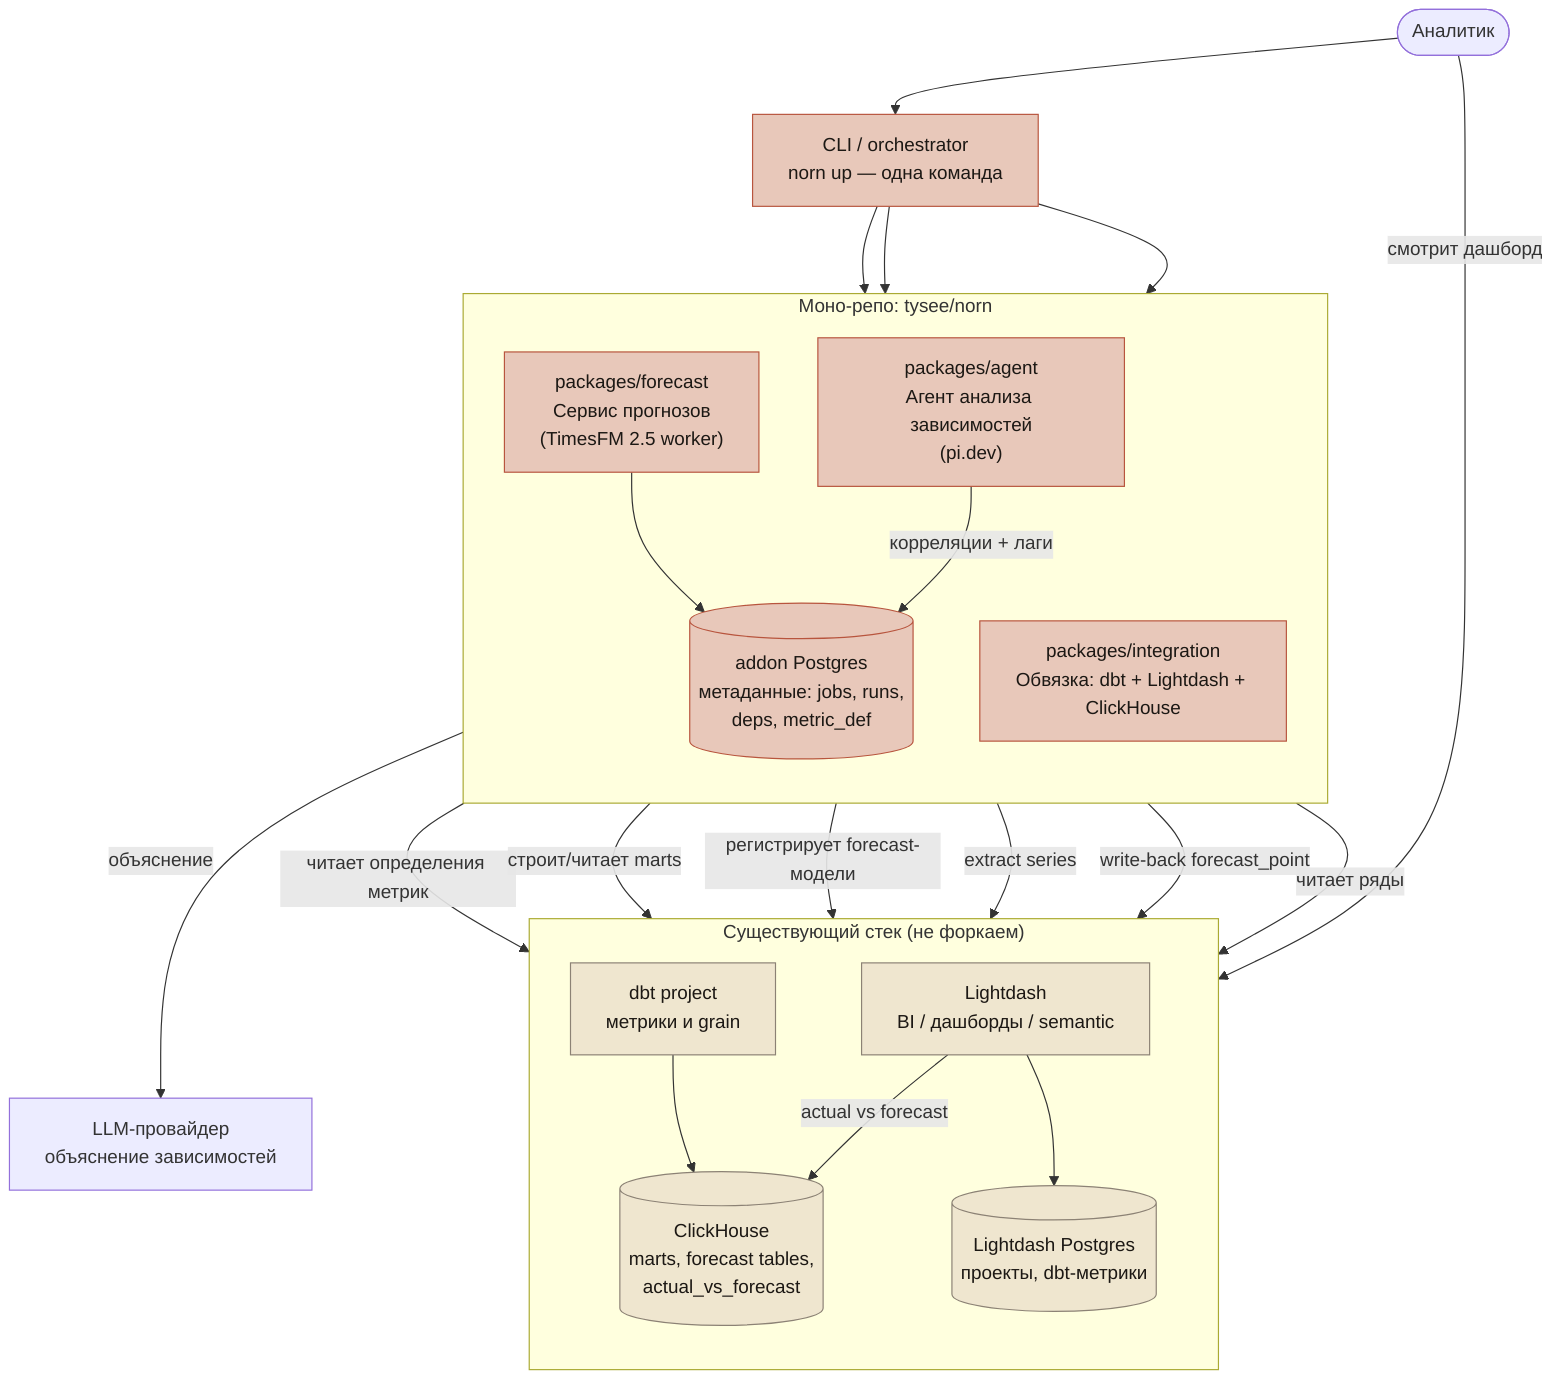
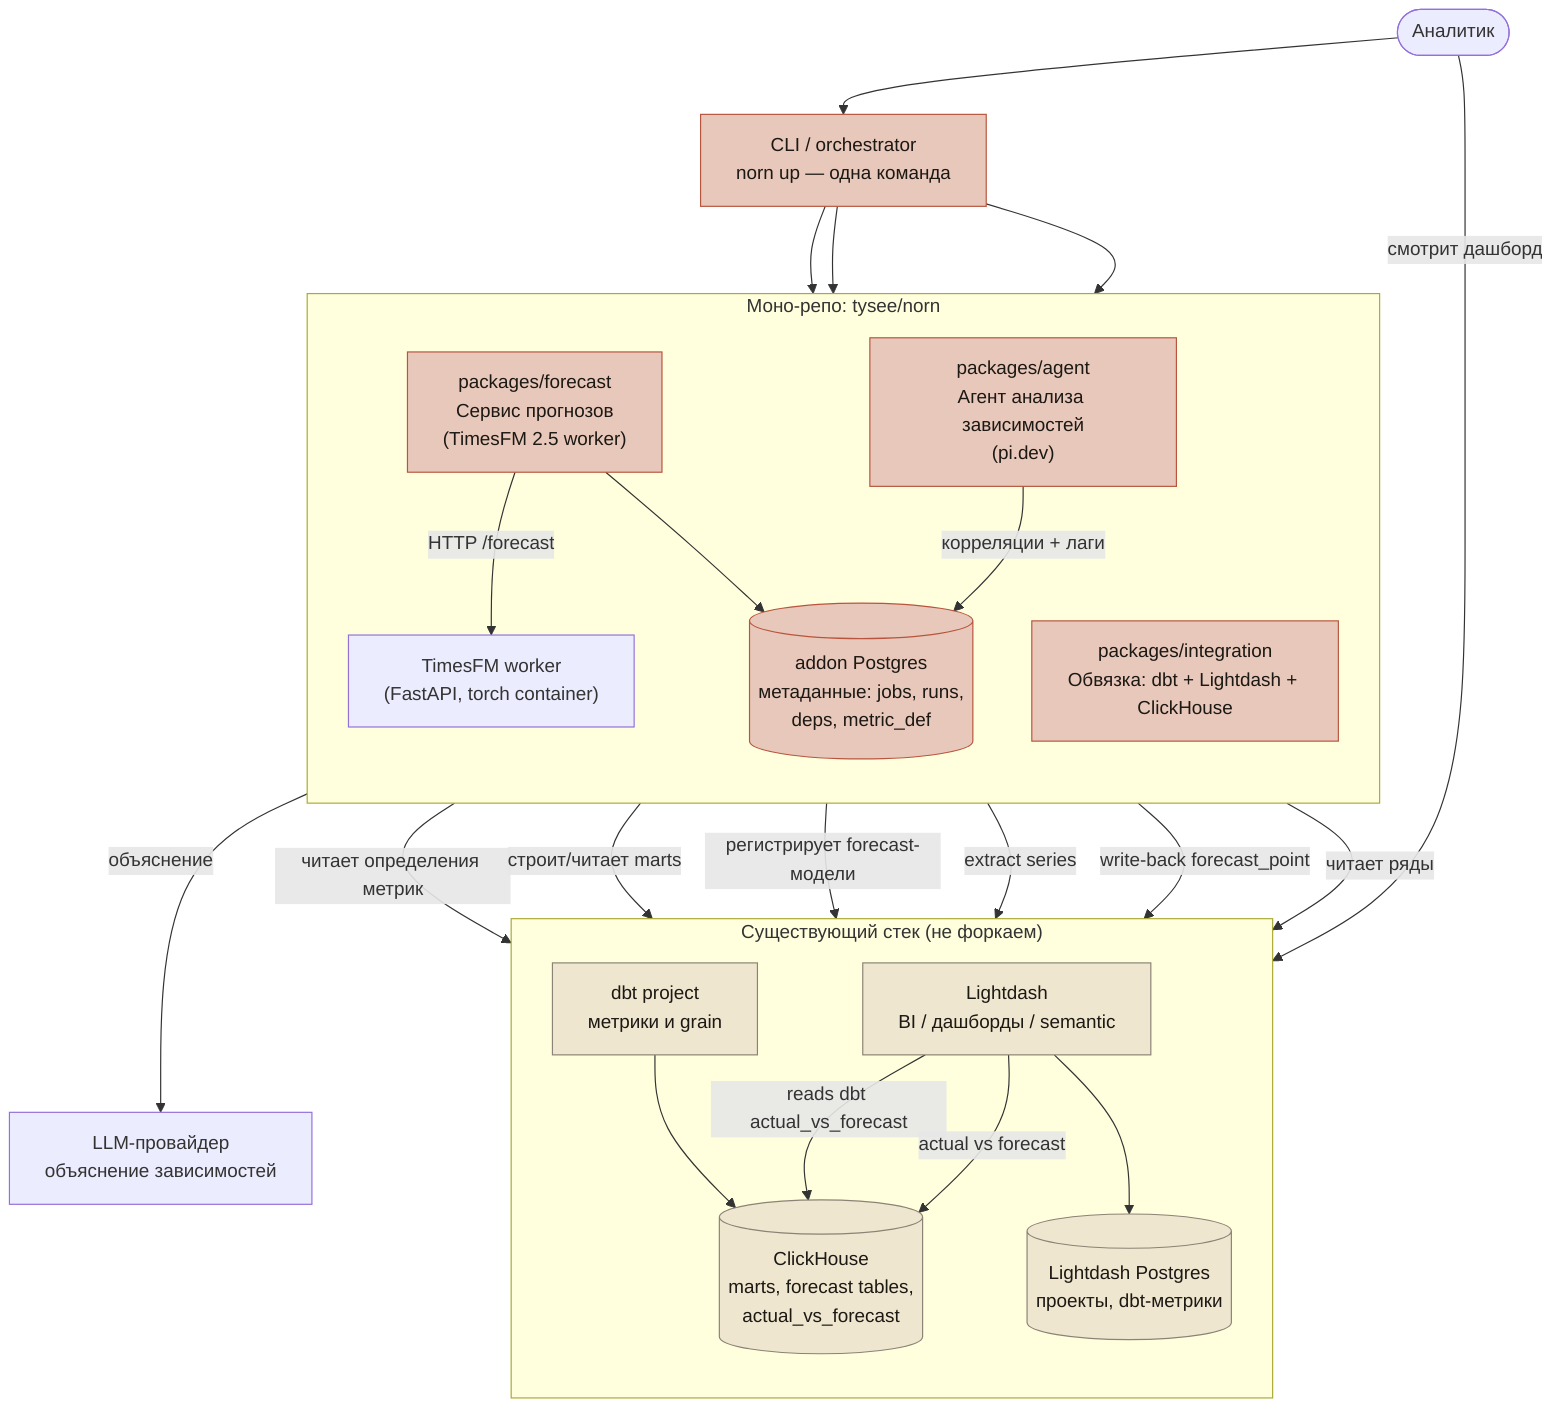
%% Norn — архитектура sidecar к Lightdash
flowchart TB

    analyst([Аналитик])
    cli["CLI / orchestrator<br/>norn up — одна команда"]

    subgraph monorepo["Моно-репо: tysee/norn"]
        direction TB
        agent["packages/agent<br/>Агент анализа зависимостей<br/>(pi.dev)"]
        forecast["packages/forecast<br/>Сервис прогнозов<br/>(TimesFM 2.5 worker)"]
+         tfmworker["TimesFM worker<br/>(FastAPI, torch container)"]
        integ["packages/integration<br/>Обвязка: dbt + Lightdash + ClickHouse"]
        meta[("addon Postgres<br/>метаданные: jobs, runs,<br/>deps, metric_def")]
    end

    subgraph existing["Существующий стек (не форкаем)"]
        direction TB
        lightdash["Lightdash<br/>BI / дашборды / semantic"]
        ldpg[("Lightdash Postgres<br/>проекты, dbt-метрики")]
        ch[("ClickHouse<br/>marts, forecast tables,<br/>actual_vs_forecast")]
        dbt["dbt project<br/>метрики и grain"]
    end

    llm["LLM-провайдер<br/>объяснение зависимостей"]

    analyst --> cli
    cli --> integ
    cli --> forecast
    cli --> agent

    integ -->|читает определения метрик| ldpg
    integ -->|строит/читает marts| ch
    integ -->|регистрирует forecast-модели| dbt
    dbt --> ch

    forecast -->|extract series| ch
    forecast -->|write-back forecast_point| ch
+     forecast -->|HTTP /forecast| tfmworker
+     lightdash -->|reads dbt actual_vs_forecast| ch
    forecast --> meta

    agent -->|читает ряды| ch
    agent -->|корреляции + лаги| meta
    agent -->|объяснение| llm

    lightdash -->|actual vs forecast| ch
    lightdash --> ldpg
    analyst -->|смотрит дашборд| lightdash

    classDef ours fill:#E8C8BA,stroke:#B8553E,color:#1C1814;
    classDef ext fill:#EFE6CF,stroke:#8C8275,color:#1C1814;
    class agent,forecast,integ,meta,cli ours;
    class lightdash,ldpg,ch,dbt ext;
